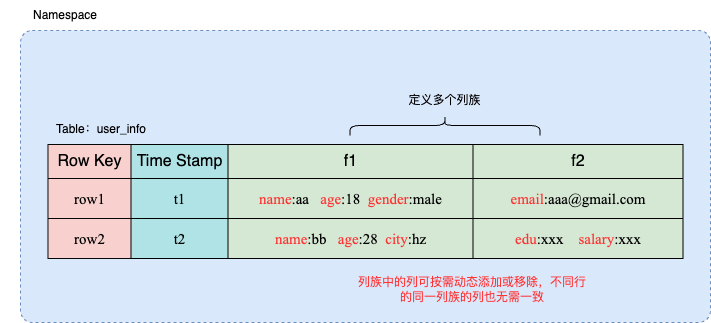
Before: com.guann1n9.diagrams/hbase/hbase_table.png, a diagram exported from draw.io (GuanN1ng/diagrams). Source tidied: cells renumbered, new cells last; positions are measured from the earlier drawing's top-left corner, leaving out a move shared by most shapes.
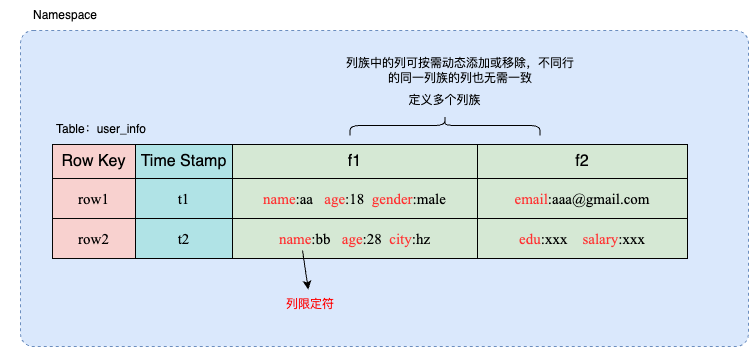
After the commit.

Change to the diagram source:
```diff
@@ -3,13 +3,13 @@
     <mxCell id="0" />
     <mxCell id="1" parent="0" />
     <mxCell id="2" style="rounded=1;whiteSpace=wrap;html=1;dashed=1;fillColor=#dae8fc;strokeColor=#6c8ebf;arcSize=4;" parent="1" vertex="1">
-      <mxGeometry x="20" y="30" width="690" height="292" as="geometry" />
+      <mxGeometry x="20" y="30" width="728" height="316" as="geometry" />
     </mxCell>
     <mxCell id="3" value="Namespace" style="text;html=1;strokeColor=none;fillColor=none;align=center;verticalAlign=middle;whiteSpace=wrap;rounded=0;" parent="1" vertex="1">
       <mxGeometry width="130" height="30" as="geometry" />
     </mxCell>
     <mxCell id="4" style="shape=table;startSize=0;fontSize=16;strokeWidth=1;fillOpacity=100;" parent="1" vertex="1">
-      <mxGeometry x="47.5" y="144" width="635" height="114" as="geometry" />
+      <mxGeometry x="52" y="144" width="635" height="114" as="geometry" />
     </mxCell>
     <mxCell id="5" style="shape=tableRow;horizontal=0;startSize=0;swimlaneHead=0;swimlaneBody=0;strokeColor=inherit;top=0;left=0;bottom=0;right=0;fillColor=none;fontSize=16;" parent="4" vertex="1">
       <mxGeometry width="635" height="34" as="geometry" />
@@ -65,8 +65,16 @@
     <mxCell id="22" value="Table：user_info" style="text;html=1;strokeColor=none;fillColor=none;align=center;verticalAlign=middle;whiteSpace=wrap;rounded=0;" parent="1" vertex="1">
       <mxGeometry x="30" y="114" width="142" height="30" as="geometry" />
     </mxCell>
-    <mxCell id="23" value="列族中的列可按需动态添加或移除，不同行的同一列族的列也无需一致" style="text;html=1;strokeColor=none;fillColor=none;align=center;verticalAlign=middle;whiteSpace=wrap;rounded=0;fontColor=#FF3333;" parent="1" vertex="1">
-      <mxGeometry x="352" y="274" width="240" height="30" as="geometry" />
+    <mxCell id="23" value="&lt;font color=&quot;#000000&quot;&gt;列族中的列可按需动态添加或移除，不同行的同一列族的列也无需一致&lt;/font&gt;" style="text;html=1;strokeColor=none;fillColor=none;align=center;verticalAlign=middle;whiteSpace=wrap;rounded=0;fontColor=#FF3333;" parent="1" vertex="1">
+      <mxGeometry x="340" y="55" width="240" height="30" as="geometry" />
     </mxCell>
+    <mxCell id="24" value="&lt;font color=&quot;#ff0000&quot;&gt;列限定符&lt;/font&gt;" style="text;html=1;strokeColor=none;fillColor=none;align=center;verticalAlign=middle;whiteSpace=wrap;rounded=0;" parent="1" vertex="1">
+      <mxGeometry x="280" y="289" width="60" height="30" as="geometry" />
+    </mxCell>
+    <mxCell id="25" style="endArrow=classic;html=1;rounded=0;" parent="1" edge="1" target="24">
+      <mxGeometry relative="1" as="geometry">
+        <mxPoint x="302" y="250" as="sourcePoint" />
+      </mxGeometry>
+    </mxCell>
   </root>
 </mxGraphModel>
```
